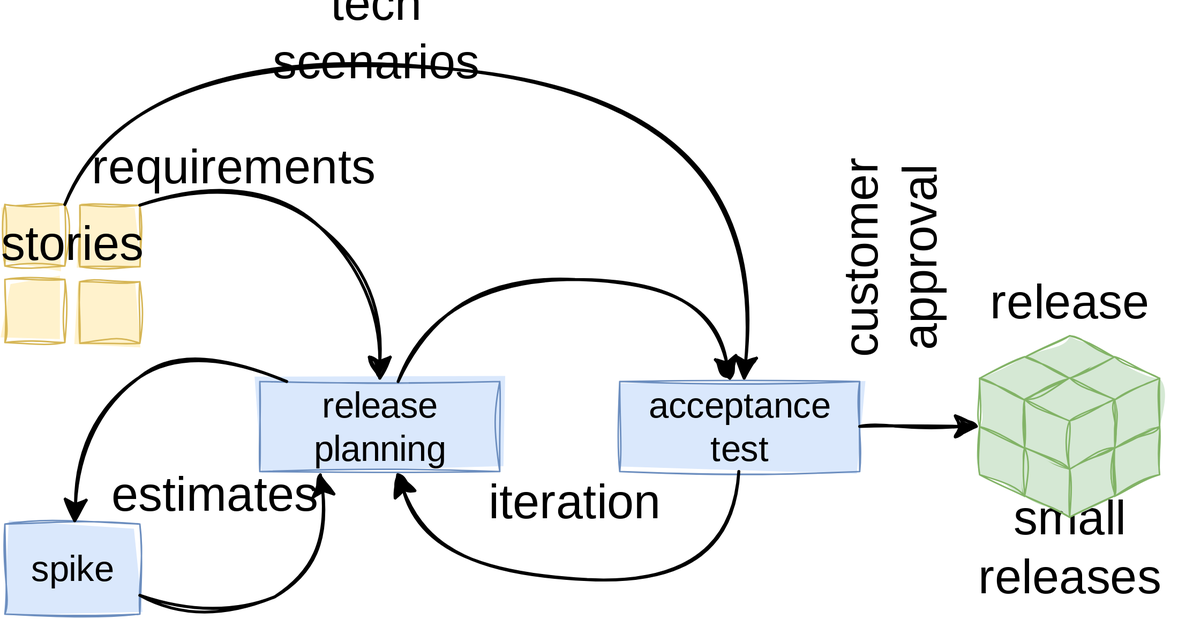
Before: lectures/figures/extreme_programming.drawio.svg, a diagram exported from draw.io (pintergreg/software-engineering). Source tidied: cells renumbered, new cells last; positions are measured from the earlier drawing's top-left corner, leaving out a move shared by most shapes.
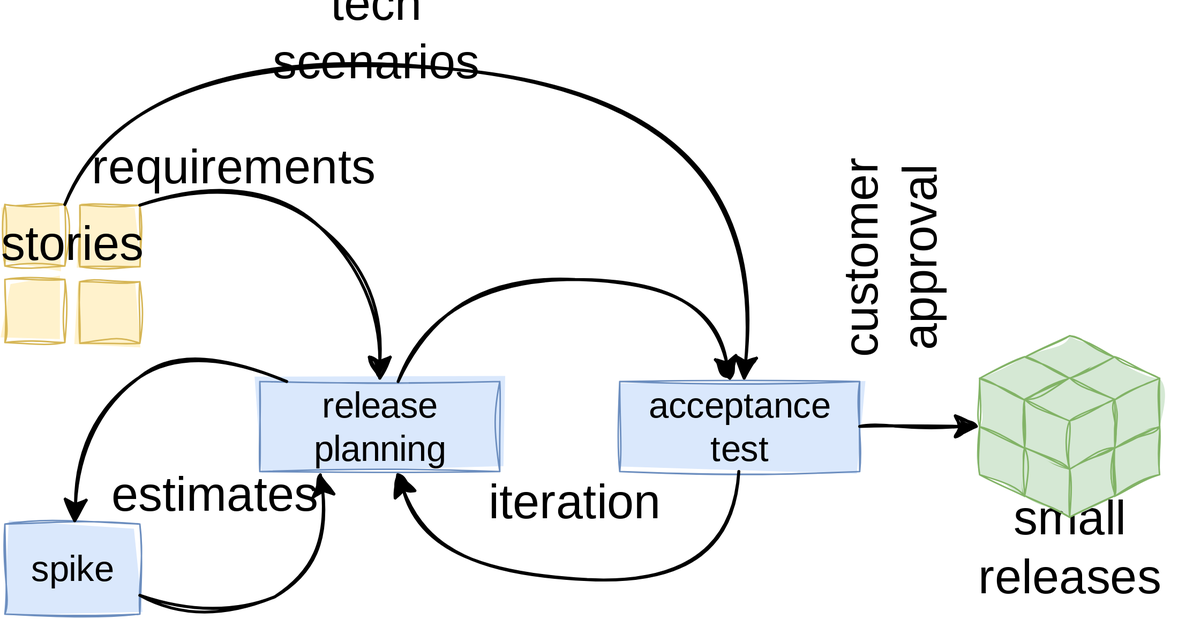
After the commit.

Commit message:
Add extreme programming figure with white background for lightbox GH-47

Change to the diagram source:
```diff
@@ -54,7 +54,7 @@
     <mxCell id="15" value="customer approval" style="text;html=1;align=center;verticalAlign=middle;whiteSpace=wrap;rounded=0;fontFamily=Delicious Handrawn;fontSource=https%3A%2F%2Ffonts.googleapis.com%2Fcss%3Ffamily%3DDelicious%2BHandrawn;fontSize=32;rotation=270;" parent="1" vertex="1">
       <mxGeometry x="485" y="150" width="210" height="30" as="geometry" />
     </mxCell>
-    <mxCell id="16" value="release" style="text;html=1;align=center;verticalAlign=middle;whiteSpace=wrap;rounded=0;fontFamily=Delicious Handrawn;fontSource=https%3A%2F%2Ffonts.googleapis.com%2Fcss%3Ffamily%3DDelicious%2BHandrawn;fontSize=32;rotation=0;" parent="1" vertex="1">
+    <mxCell id="16" value="release" style="text;html=1;align=center;verticalAlign=middle;whiteSpace=wrap;rounded=0;fontFamily=Delicious Handrawn;fontSource=https%3A%2F%2Ffonts.googleapis.com%2Fcss%3Ffamily%3DDelicious%2BHandrawn;fontSize=32;rotation=0;textOpacity=0;" parent="1" vertex="1">
       <mxGeometry x="670" y="180" width="80" height="30" as="geometry" />
     </mxCell>
     <mxCell id="17" value="small releases" style="text;html=1;align=center;verticalAlign=middle;whiteSpace=wrap;rounded=0;fontFamily=Delicious Handrawn;fontSource=https%3A%2F%2Ffonts.googleapis.com%2Fcss%3Ffamily%3DDelicious%2BHandrawn;fontSize=32;rotation=0;" parent="1" vertex="1">
```
